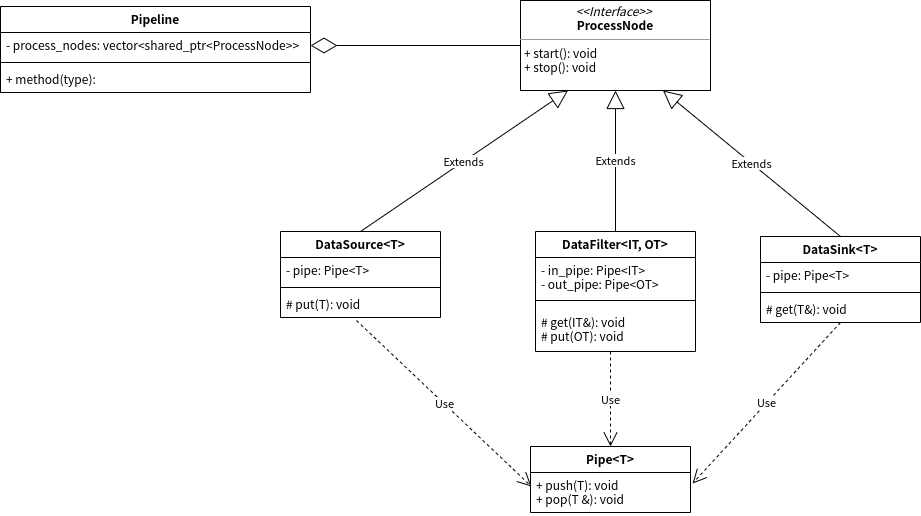
Above: code/pipeline/blog/pipeline_class.png in hexu1985/Collection.Of.Cpp.Utility.Tools (draw.io), before the change. Source tidied: cells renumbered, new cells last; positions are measured from the earlier drawing's top-left corner, leaving out a move shared by most shapes.
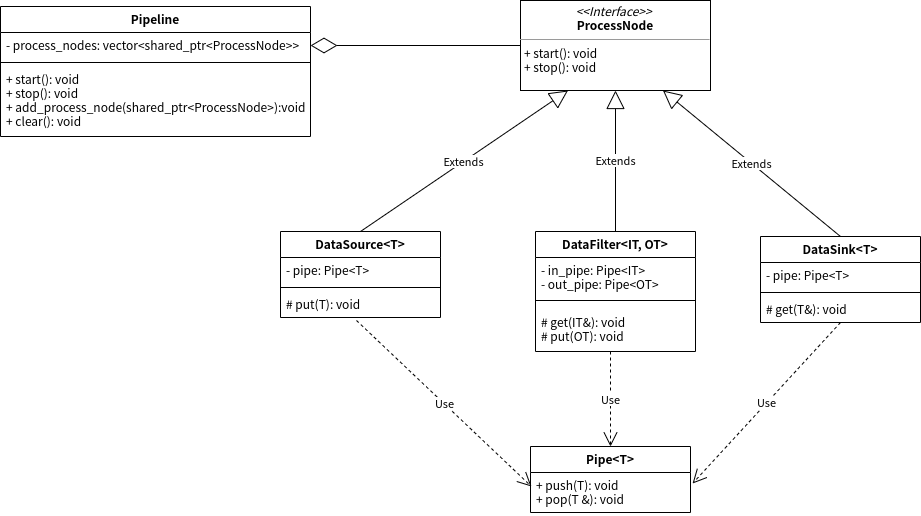
After the commit.

Commit message:
update pipeline/blog

Change to the diagram source:
```diff
@@ -27,7 +27,7 @@
       <mxGeometry relative="1" as="geometry" />
     </mxCell>
     <mxCell id="10" value="Pipeline" style="swimlane;fontStyle=1;align=center;verticalAlign=top;horizontal=1;startSize=26;" parent="1" vertex="1">
-      <mxGeometry y="6" width="310" height="86" as="geometry" />
+      <mxGeometry y="6" width="310" height="130" as="geometry" />
     </mxCell>
     <mxCell id="11" value="- process_nodes: vector&lt;shared_ptr&lt;ProcessNode&gt;&gt;" style="text;strokeColor=none;fillColor=none;align=left;verticalAlign=top;spacingLeft=4;spacingRight=4;overflow=hidden;points=[[0,0.5],[1,0.5]];portConstraint=eastwest;" parent="10" vertex="1">
       <mxGeometry y="26" width="310" height="26" as="geometry" />
@@ -35,8 +35,8 @@
     <mxCell id="12" style="line;strokeWidth=1;fillColor=none;align=left;verticalAlign=middle;spacingTop=-1;spacingLeft=3;spacingRight=3;labelPosition=right;" parent="10" vertex="1">
       <mxGeometry y="52" width="310" height="8" as="geometry" />
     </mxCell>
-    <mxCell id="13" value="+ method(type): " style="text;strokeColor=none;fillColor=none;align=left;verticalAlign=top;spacingLeft=4;spacingRight=4;overflow=hidden;" parent="10" vertex="1">
-      <mxGeometry y="60" width="310" height="26" as="geometry" />
+    <mxCell id="13" value="+ start(): void&#10;+ stop(): void&#10;+ add_process_node(shared_ptr&lt;ProcessNode&gt;):void&#10;+ clear(): void" style="text;strokeColor=none;fillColor=none;align=left;verticalAlign=top;spacingLeft=4;spacingRight=4;overflow=hidden;" parent="10" vertex="1">
+      <mxGeometry y="60" width="310" height="70" as="geometry" />
     </mxCell>
     <mxCell id="14" style="endArrow=diamondThin;endFill=0;endSize=24;html=1;rounded=0;entryX=1;entryY=0.5;entryDx=0;entryDy=0;exitX=0;exitY=0.5;exitDx=0;exitDy=0;" parent="1" edge="1" source="2" target="11">
       <mxGeometry relative="1" as="geometry" />
```
